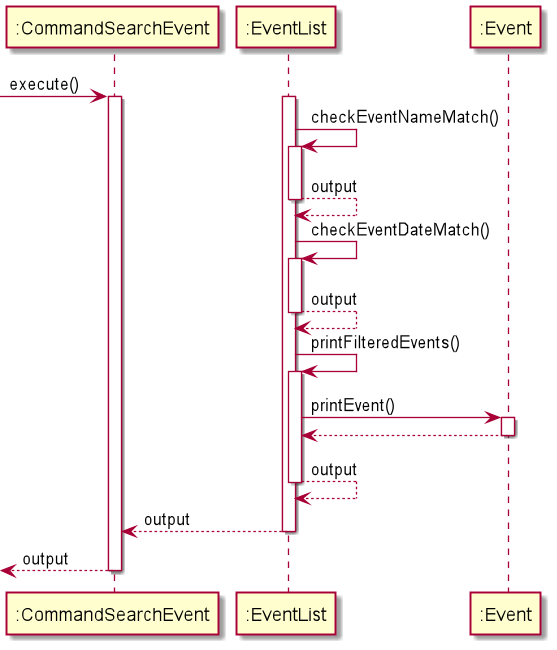
Earlier version of the PlantUML export docs/EventDiagram/SequenceDiagram/CommandSearchEvent.png (nus-cs2113-AY2021S1/tp).
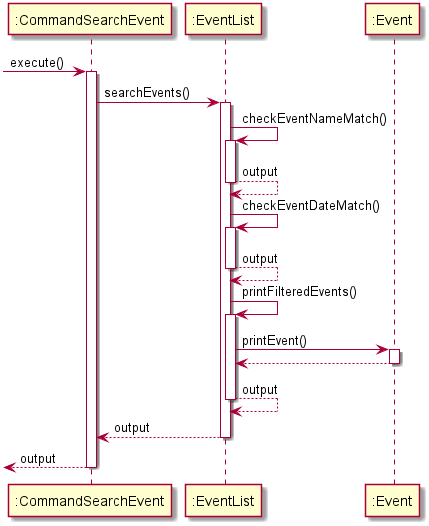
The same file after the commit.

Change to the diagram source:
```diff
@@ -3,6 +3,7 @@
 
 activate ":CommandSearchEvent"
 
+":CommandSearchEvent" -> ":EventList" :searchEvents()
 activate ":EventList"
 ":EventList" -> ":EventList" : checkEventNameMatch()
 activate ":EventList"
```
